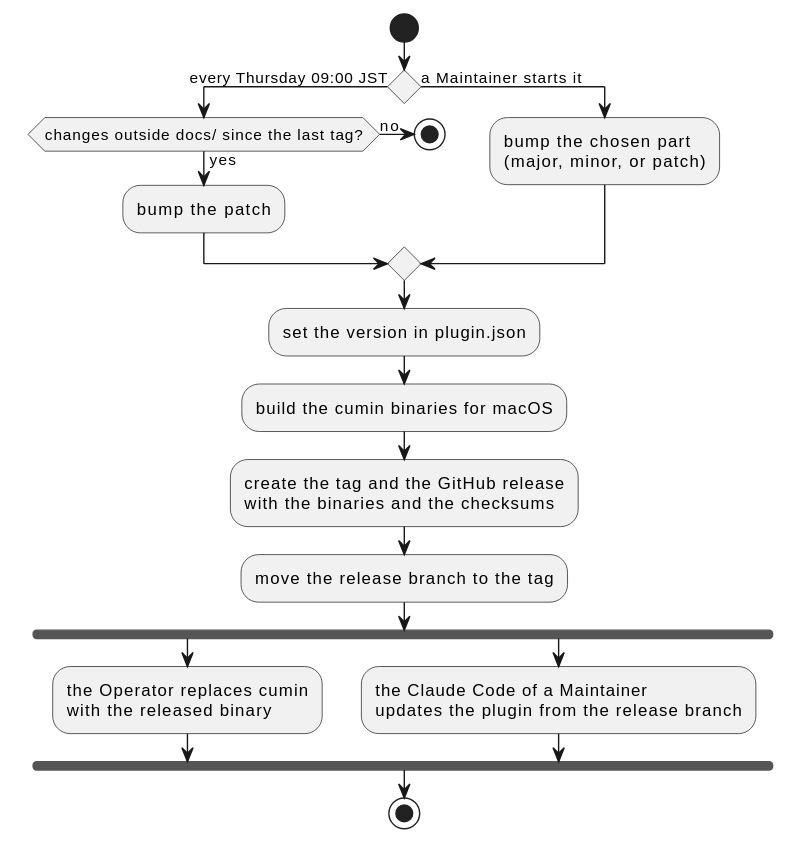
Above: docs/ja/requirements/release/overview.svg in cloveclovedev/cumin-works (PlantUML), before the change.
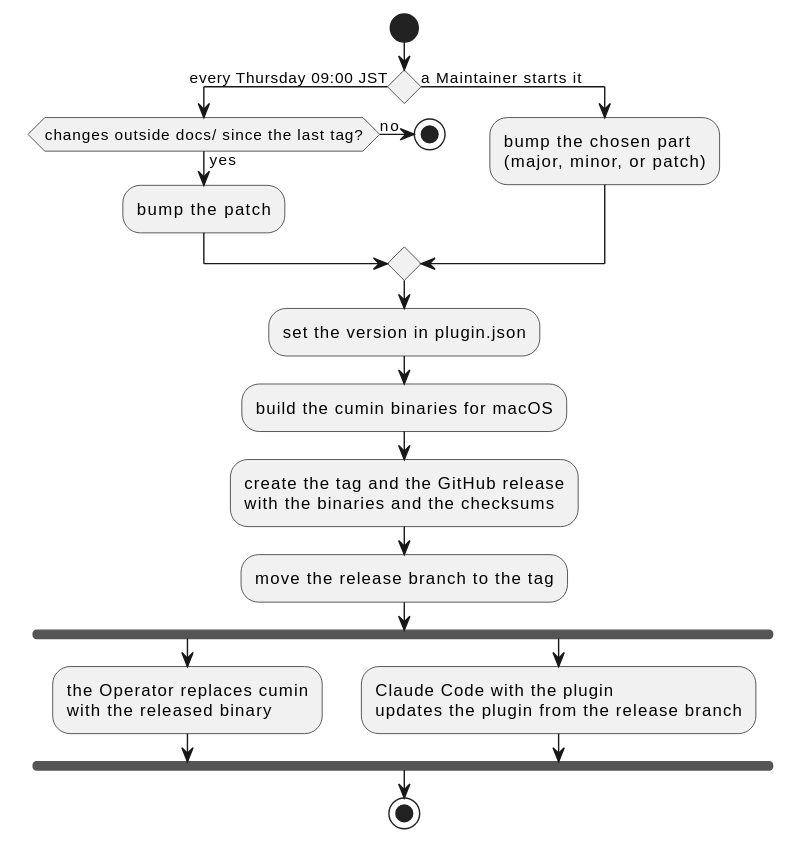
Above is the later version.

Commit message:
docs(requirements): call the Claude Code that a person uses with the plugin just Claude Code

Change to the diagram source:
```diff
@@ -17,7 +17,7 @@
 fork
   :the Operator replaces cumin\nwith the released binary;
 fork again
-  :the Claude Code of a Maintainer\nupdates the plugin from the release branch;
+  :Claude Code with the plugin\nupdates the plugin from the release branch;
 end fork
 stop
 @enduml
```
